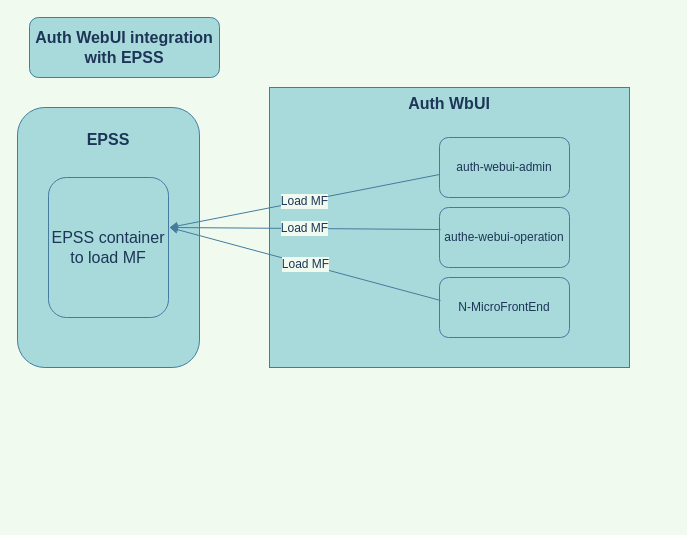
The draw.io diagram integration.drawio in ramteked/git-demo, before the edit. Source tidied: cells renumbered, new cells numbered last; positions are measured from the earlier drawing's top-left corner, leaving out a move shared by most shapes. Both pictures are drawn from the tidied source at 100%, with x=0, y=0 at pixel (17, 17).
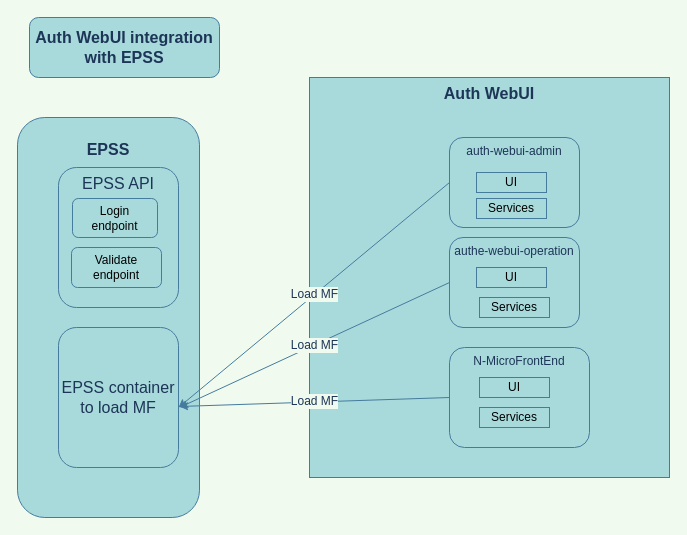
Above is the later version.

Change to the diagram source:
```diff
@@
     <mxCell id="3" value="&lt;p style=&quot;line-height: 120%&quot;&gt;EPSS&lt;/p&gt;" style="rounded=1;whiteSpace=wrap;html=1;fontSize=16;align=center;verticalAlign=top;fontStyle=1;fillColor=#A8DADC;strokeColor=#457B9D;fontColor=#1D3557;" parent="1" vertex="1">
-      <mxGeometry y="90" width="182" height="260" as="geometry" />
+      <mxGeometry y="100" width="182" height="400" as="geometry" />
     </mxCell>
-    <mxCell id="4" value="Auth WbUI" style="rounded=1;whiteSpace=wrap;html=1;fontSize=16;arcSize=0;verticalAlign=top;fontStyle=1;fillColor=#A8DADC;strokeColor=#457B9D;fontColor=#1D3557;" parent="1" vertex="1">
-      <mxGeometry x="252" y="70" width="360" height="280" as="geometry" />
+    <mxCell id="4" value="Auth WebUI" style="rounded=1;whiteSpace=wrap;html=1;fontSize=16;arcSize=0;verticalAlign=top;fontStyle=1;fillColor=#A8DADC;strokeColor=#457B9D;fontColor=#1D3557;" parent="1" vertex="1">
+      <mxGeometry x="292" y="60" width="360" height="400" as="geometry" />
     </mxCell>
     <mxCell id="5" value="EPSS container to load MF" style="rounded=1;whiteSpace=wrap;html=1;verticalAlign=middle;fontSize=16;fillColor=#A8DADC;strokeColor=#457B9D;fontColor=#1D3557;" parent="1" vertex="1">
-      <mxGeometry x="31" y="160" width="120" height="140" as="geometry" />
+      <mxGeometry x="41" y="310" width="120" height="140" as="geometry" />
     </mxCell>
-    <mxCell id="6" value="auth-webui-admin" style="rounded=1;whiteSpace=wrap;html=1;fontSize=12;verticalAlign=middle;fillColor=#A8DADC;strokeColor=#457B9D;fontColor=#1D3557;" parent="1" vertex="1">
-      <mxGeometry x="422" y="120" width="130" height="60" as="geometry" />
+    <mxCell id="6" value="auth-webui-admin" style="rounded=1;whiteSpace=wrap;html=1;fontSize=12;verticalAlign=top;fillColor=#A8DADC;strokeColor=#457B9D;fontColor=#1D3557;" parent="1" vertex="1">
+      <mxGeometry x="432" y="120" width="130" height="90" as="geometry" />
     </mxCell>
-    <mxCell id="7" value="authe-webui-operation" style="rounded=1;whiteSpace=wrap;html=1;fontSize=12;verticalAlign=middle;fillColor=#A8DADC;strokeColor=#457B9D;fontColor=#1D3557;" parent="1" vertex="1">
-      <mxGeometry x="422" y="190" width="130" height="60" as="geometry" />
+    <mxCell id="7" value="authe-webui-operation" style="rounded=1;whiteSpace=wrap;html=1;fontSize=12;verticalAlign=top;fillColor=#A8DADC;strokeColor=#457B9D;fontColor=#1D3557;" parent="1" vertex="1">
+      <mxGeometry x="432" y="220" width="130" height="90" as="geometry" />
     </mxCell>
-    <mxCell id="8" value="N-MicroFrontEnd" style="rounded=1;whiteSpace=wrap;html=1;fontSize=12;verticalAlign=middle;fillColor=#A8DADC;strokeColor=#457B9D;fontColor=#1D3557;" parent="1" vertex="1">
-      <mxGeometry x="422" y="260" width="130" height="60" as="geometry" />
+    <mxCell id="8" value="N-MicroFrontEnd" style="rounded=1;whiteSpace=wrap;html=1;fontSize=12;verticalAlign=top;fillColor=#A8DADC;strokeColor=#457B9D;fontColor=#1D3557;" parent="1" vertex="1">
+      <mxGeometry x="432" y="330" width="140" height="100" as="geometry" />
     </mxCell>
-    <mxCell id="9" value="Load MF" style="endArrow=classic;html=1;fontSize=12;exitX=0.008;exitY=0.367;exitDx=0;exitDy=0;exitPerimeter=0;labelBackgroundColor=#F1FAEE;strokeColor=#457B9D;fontColor=#1D3557;" parent="1" edge="1" source="7">
+    <mxCell id="9" value="Load MF" style="endArrow=classic;html=1;fontSize=12;exitX=0;exitY=0.5;exitDx=0;exitDy=0;labelBackgroundColor=#F1FAEE;strokeColor=#457B9D;fontColor=#1D3557;" parent="1" edge="1" source="6">
       <mxGeometry relative="1" as="geometry">
-        <mxPoint x="152" y="210" as="targetPoint" />
+        <mxPoint x="161" y="390" as="targetPoint" />
       </mxGeometry>
     </mxCell>
-    <mxCell id="10" value="Load MF" style="endArrow=classic;html=1;fontSize=12;labelBackgroundColor=#F1FAEE;strokeColor=#457B9D;fontColor=#1D3557;" parent="1" edge="1">
+    <mxCell id="10" value="Load MF" style="endArrow=classic;html=1;fontSize=12;labelBackgroundColor=#F1FAEE;strokeColor=#457B9D;fontColor=#1D3557;exitX=0;exitY=0.5;exitDx=0;exitDy=0;" parent="1" edge="1" source="7">
       <mxGeometry relative="1" as="geometry">
-        <mxPoint x="422" y="157" as="sourcePoint" />
-        <mxPoint x="152" y="210" as="targetPoint" />
+        <mxPoint x="162" y="390" as="targetPoint" />
       </mxGeometry>
     </mxCell>
-    <mxCell id="11" value="Load MF" style="endArrow=classic;html=1;fontSize=12;exitX=0.008;exitY=0.383;exitDx=0;exitDy=0;exitPerimeter=0;labelBackgroundColor=#F1FAEE;strokeColor=#457B9D;fontColor=#1D3557;" parent="1" edge="1" source="8">
+    <mxCell id="11" value="Load MF" style="endArrow=classic;html=1;fontSize=12;labelBackgroundColor=#F1FAEE;strokeColor=#457B9D;fontColor=#1D3557;" parent="1" edge="1">
       <mxGeometry relative="1" as="geometry">
-        <mxPoint x="152" y="210" as="targetPoint" />
+        <mxPoint x="432" y="380" as="sourcePoint" />
+        <mxPoint x="162" y="389" as="targetPoint" />
       </mxGeometry>
     </mxCell>
+    <mxCell id="12" value="EPSS API&lt;br&gt;&lt;div&gt;&lt;br&gt;&lt;/div&gt;" style="rounded=1;whiteSpace=wrap;html=1;verticalAlign=top;fontSize=16;fillColor=#A8DADC;strokeColor=#457B9D;fontColor=#1D3557;align=center;" parent="1" vertex="1">
+      <mxGeometry x="41" y="150" width="120" height="140" as="geometry" />
+    </mxCell>
+    <mxCell id="13" value="UI" style="rounded=0;whiteSpace=wrap;html=1;verticalAlign=middle;fillColor=#A8DADC;strokeColor=#457B9D;" parent="1" vertex="1">
+      <mxGeometry x="459" y="155" width="70" height="20" as="geometry" />
+    </mxCell>
+    <mxCell id="14" value="Services" style="rounded=0;whiteSpace=wrap;html=1;verticalAlign=middle;fillColor=#A8DADC;strokeColor=#457B9D;" parent="1" vertex="1">
+      <mxGeometry x="459" y="181" width="70" height="20" as="geometry" />
+    </mxCell>
+    <mxCell id="15" value="UI" style="rounded=0;whiteSpace=wrap;html=1;verticalAlign=middle;fillColor=#A8DADC;strokeColor=#457B9D;" parent="1" vertex="1">
+      <mxGeometry x="459" y="250" width="70" height="20" as="geometry" />
+    </mxCell>
+    <mxCell id="16" value="Services" style="rounded=0;whiteSpace=wrap;html=1;verticalAlign=middle;fillColor=#A8DADC;strokeColor=#457B9D;" parent="1" vertex="1">
+      <mxGeometry x="462" y="280" width="70" height="20" as="geometry" />
+    </mxCell>
+    <mxCell id="17" value="UI" style="rounded=0;whiteSpace=wrap;html=1;verticalAlign=middle;fillColor=#A8DADC;strokeColor=#457B9D;" parent="1" vertex="1">
+      <mxGeometry x="462" y="360" width="70" height="20" as="geometry" />
+    </mxCell>
+    <mxCell id="18" value="Services" style="rounded=0;whiteSpace=wrap;html=1;verticalAlign=middle;fillColor=#A8DADC;strokeColor=#457B9D;" parent="1" vertex="1">
+      <mxGeometry x="462" y="390" width="70" height="20" as="geometry" />
+    </mxCell>
+    <mxCell id="19" value="Login &lt;br&gt;endpoint" style="rounded=1;whiteSpace=wrap;html=1;strokeColor=#457B9D;fillColor=#A8DADC;verticalAlign=middle;" parent="1" vertex="1">
+      <mxGeometry x="55" y="181" width="85" height="39" as="geometry" />
+    </mxCell>
+    <mxCell id="20" value="Validate endpoint" style="rounded=1;whiteSpace=wrap;html=1;strokeColor=#457B9D;fillColor=#A8DADC;verticalAlign=middle;" parent="1" vertex="1">
+      <mxGeometry x="54" y="230" width="90" height="40" as="geometry" />
+    </mxCell>
```
